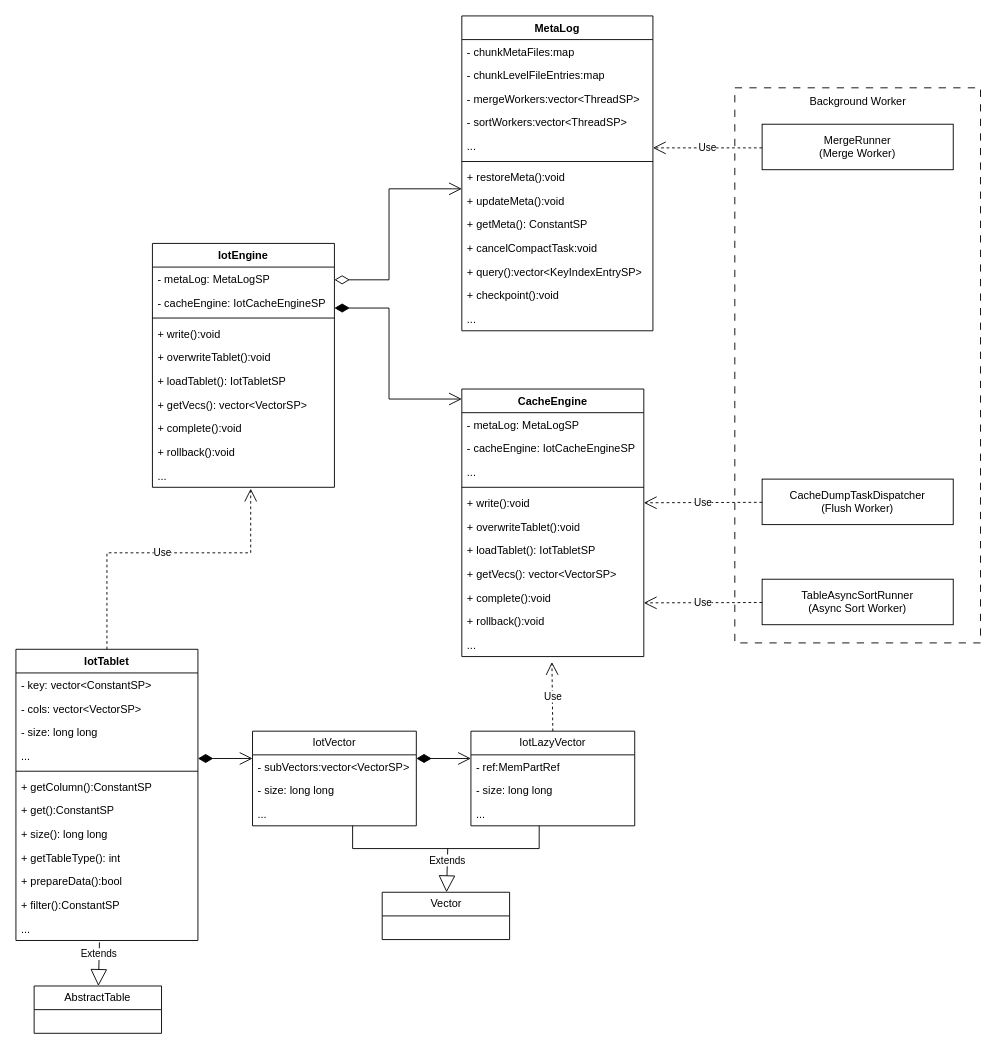
Earlier version of the draw.io diagram page "第 2 页" (2 of 2) of vectorDB.drawio (yeqiyi/drawIO). Source tidied: cells renumbered, new cells numbered last; positions are measured from the earlier drawing's top-left corner, leaving out a move shared by most shapes. Both pictures are drawn from the tidied source at 91%, with x=0, y=0 at pixel (15, 15).
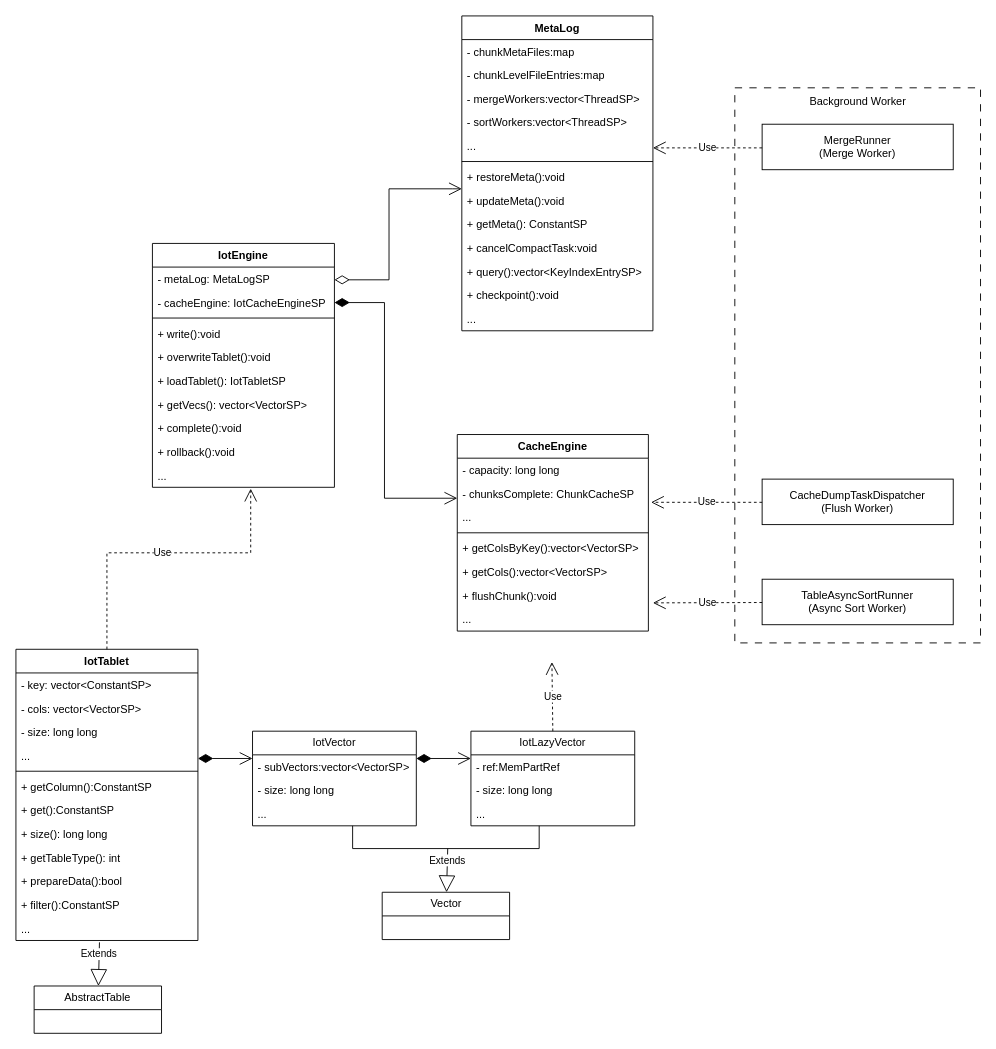
After the change.

Unchanged cells that the change refers to:
```xml
<mxCell id="5" value="- cacheEngine: IotCacheEngineSP" style="text;strokeColor=none;fillColor=none;align=left;verticalAlign=top;spacingLeft=4;spacingRight=4;overflow=hidden;points=[[0,0.5],[1,0.5]];portConstraint=eastwest;whiteSpace=wrap;html=1;" parent="3" vertex="1">
  <mxGeometry y="52" width="200" height="26" as="geometry" />
</mxCell>
```

What changed in the source:
```diff
@@
-    <mxCell id="29" style="endArrow=open;html=1;endSize=12;startArrow=diamondThin;startSize=14;startFill=1;edgeStyle=orthogonalEdgeStyle;align=left;verticalAlign=bottom;rounded=0;" parent="1" edge="1">
+    <mxCell id="29" style="endArrow=open;html=1;endSize=12;startArrow=diamondThin;startSize=14;startFill=1;edgeStyle=orthogonalEdgeStyle;align=left;verticalAlign=bottom;rounded=0;exitX=1;exitY=0.5;exitDx=0;exitDy=0;" parent="1" edge="1" source="5">
       <mxGeometry x="-1" y="3" relative="1" as="geometry">
-        <mxPoint x="350" y="321" as="sourcePoint" />
-        <mxPoint x="490" y="421" as="targetPoint" />
+        <mxPoint x="485" y="530" as="targetPoint" />
         <Array as="points">
-          <mxPoint x="410" y="321" />
-          <mxPoint x="410" y="421" />
-          <mxPoint x="480" y="421" />
+          <mxPoint x="405" y="315" />
+          <mxPoint x="405" y="530" />
         </Array>
       </mxGeometry>
     </mxCell>
     <mxCell id="30" value="CacheEngine" style="swimlane;fontStyle=1;align=center;verticalAlign=top;horizontal=1;startSize=26;whiteSpace=wrap;html=1;" parent="1" vertex="1">
-      <mxGeometry x="490" y="410" width="200" height="294" as="geometry" />
+      <mxGeometry x="485" y="460" width="210" height="216" as="geometry" />
     </mxCell>
-    <mxCell id="31" value="- metaLog: MetaLogSP" style="text;strokeColor=none;fillColor=none;align=left;verticalAlign=top;spacingLeft=4;spacingRight=4;overflow=hidden;whiteSpace=wrap;html=1;" parent="30" vertex="1">
-      <mxGeometry y="26" width="200" height="26" as="geometry" />
+    <mxCell id="31" value="- capacity: long long" style="text;strokeColor=none;fillColor=none;align=left;verticalAlign=top;spacingLeft=4;spacingRight=4;overflow=hidden;whiteSpace=wrap;html=1;" parent="30" vertex="1">
+      <mxGeometry y="26" width="210" height="26" as="geometry" />
     </mxCell>
-    <mxCell id="32" value="- cacheEngine: IotCacheEngineSP" style="text;strokeColor=none;fillColor=none;align=left;verticalAlign=top;spacingLeft=4;spacingRight=4;overflow=hidden;whiteSpace=wrap;html=1;" parent="30" vertex="1">
-      <mxGeometry y="52" width="200" height="26" as="geometry" />
+    <mxCell id="32" value="- chunksComplete: ChunkCacheSP&amp;nbsp;" style="text;strokeColor=none;fillColor=none;align=left;verticalAlign=top;spacingLeft=4;spacingRight=4;overflow=hidden;whiteSpace=wrap;html=1;" parent="30" vertex="1">
+      <mxGeometry y="52" width="210" height="26" as="geometry" />
     </mxCell>
     <mxCell id="33" value="..." style="text;strokeColor=none;fillColor=none;align=left;verticalAlign=top;spacingLeft=4;spacingRight=4;overflow=hidden;points=[[0,0.5],[1,0.5]];portConstraint=eastwest;whiteSpace=wrap;html=1;" parent="30" vertex="1">
-      <mxGeometry y="78" width="200" height="26" as="geometry" />
+      <mxGeometry y="78" width="210" height="26" as="geometry" />
     </mxCell>
     <mxCell id="34" style="line;strokeWidth=1;fillColor=none;align=left;verticalAlign=middle;spacingTop=-1;spacingLeft=3;spacingRight=3;labelPosition=right;strokeColor=inherit;" parent="30" vertex="1">
-      <mxGeometry y="104" width="200" height="8" as="geometry" />
+      <mxGeometry y="104" width="210" height="8" as="geometry" />
     </mxCell>
-    <mxCell id="35" value="+ write():void" style="text;strokeColor=none;fillColor=none;align=left;verticalAlign=top;spacingLeft=4;spacingRight=4;overflow=hidden;points=[[0,0.5],[1,0.5]];portConstraint=eastwest;whiteSpace=wrap;html=1;" parent="30" vertex="1">
-      <mxGeometry y="112" width="200" height="26" as="geometry" />
+    <mxCell id="35" value="+ getColsByKey():vector&amp;lt;VectorSP&amp;gt;" style="text;strokeColor=none;fillColor=none;align=left;verticalAlign=top;spacingLeft=4;spacingRight=4;overflow=hidden;points=[[0,0.5],[1,0.5]];portConstraint=eastwest;whiteSpace=wrap;html=1;" parent="30" vertex="1">
+      <mxGeometry y="112" width="210" height="26" as="geometry" />
     </mxCell>
-    <mxCell id="36" value="+ overwriteTablet():void" style="text;strokeColor=none;fillColor=none;align=left;verticalAlign=top;spacingLeft=4;spacingRight=4;overflow=hidden;whiteSpace=wrap;html=1;" parent="30" vertex="1">
-      <mxGeometry y="138" width="200" height="26" as="geometry" />
+    <mxCell id="36" value="+ getCols():vector&amp;lt;VectorSP&amp;gt;" style="text;strokeColor=none;fillColor=none;align=left;verticalAlign=top;spacingLeft=4;spacingRight=4;overflow=hidden;whiteSpace=wrap;html=1;" parent="30" vertex="1">
+      <mxGeometry y="138" width="210" height="26" as="geometry" />
     </mxCell>
-    <mxCell id="37" value="+ loadTablet(): IotTabletSP" style="text;strokeColor=none;fillColor=none;align=left;verticalAlign=top;spacingLeft=4;spacingRight=4;overflow=hidden;whiteSpace=wrap;html=1;" parent="30" vertex="1">
-      <mxGeometry y="164" width="200" height="26" as="geometry" />
-    </mxCell>
-    <mxCell id="38" value="+ getVecs(): vector&amp;lt;VectorSP&amp;gt;" style="text;strokeColor=none;fillColor=none;align=left;verticalAlign=top;spacingLeft=4;spacingRight=4;overflow=hidden;whiteSpace=wrap;html=1;" parent="30" vertex="1">
-      <mxGeometry y="190" width="200" height="26" as="geometry" />
-    </mxCell>
-    <mxCell id="39" value="+ complete():void" style="text;strokeColor=none;fillColor=none;align=left;verticalAlign=top;spacingLeft=4;spacingRight=4;overflow=hidden;whiteSpace=wrap;html=1;" parent="30" vertex="1">
-      <mxGeometry y="216" width="200" height="26" as="geometry" />
-    </mxCell>
-    <mxCell id="40" value="+ rollback():void" style="text;strokeColor=none;fillColor=none;align=left;verticalAlign=top;spacingLeft=4;spacingRight=4;overflow=hidden;whiteSpace=wrap;html=1;" parent="30" vertex="1">
-      <mxGeometry y="242" width="200" height="26" as="geometry" />
+    <mxCell id="40" value="+ flushChunk():void" style="text;strokeColor=none;fillColor=none;align=left;verticalAlign=top;spacingLeft=4;spacingRight=4;overflow=hidden;whiteSpace=wrap;html=1;" parent="30" vertex="1">
+      <mxGeometry y="164" width="210" height="26" as="geometry" />
     </mxCell>
     <mxCell id="41" value="..." style="text;strokeColor=none;fillColor=none;align=left;verticalAlign=top;spacingLeft=4;spacingRight=4;overflow=hidden;whiteSpace=wrap;html=1;" parent="30" vertex="1">
-      <mxGeometry y="268" width="200" height="26" as="geometry" />
+      <mxGeometry y="190" width="210" height="26" as="geometry" />
     </mxCell>
@@
-    <mxCell id="43" value="Use" style="endArrow=open;endSize=12;dashed=1;html=1;rounded=0;entryX=1;entryY=0.5;entryDx=0;entryDy=0;" parent="1" edge="1" target="35">
+    <mxCell id="43" value="Use" style="endArrow=open;endSize=12;dashed=1;html=1;rounded=0;entryX=1.014;entryY=-0.135;entryDx=0;entryDy=0;entryPerimeter=0;" parent="1" edge="1" target="33">
       <mxGeometry relative="1" as="geometry">
         <mxPoint x="820" y="534.5" as="sourcePoint" />
       </mxGeometry>
     </mxCell>
@@
     <mxCell id="76" value="Use" style="endArrow=open;endSize=12;dashed=1;html=1;rounded=0;" parent="1" edge="1">
       <mxGeometry relative="1" as="geometry">
         <mxPoint x="820" y="644.6" as="sourcePoint" />
-        <mxPoint x="690" y="645" as="targetPoint" />
+        <mxPoint x="700" y="645" as="targetPoint" />
       </mxGeometry>
     </mxCell>
```
